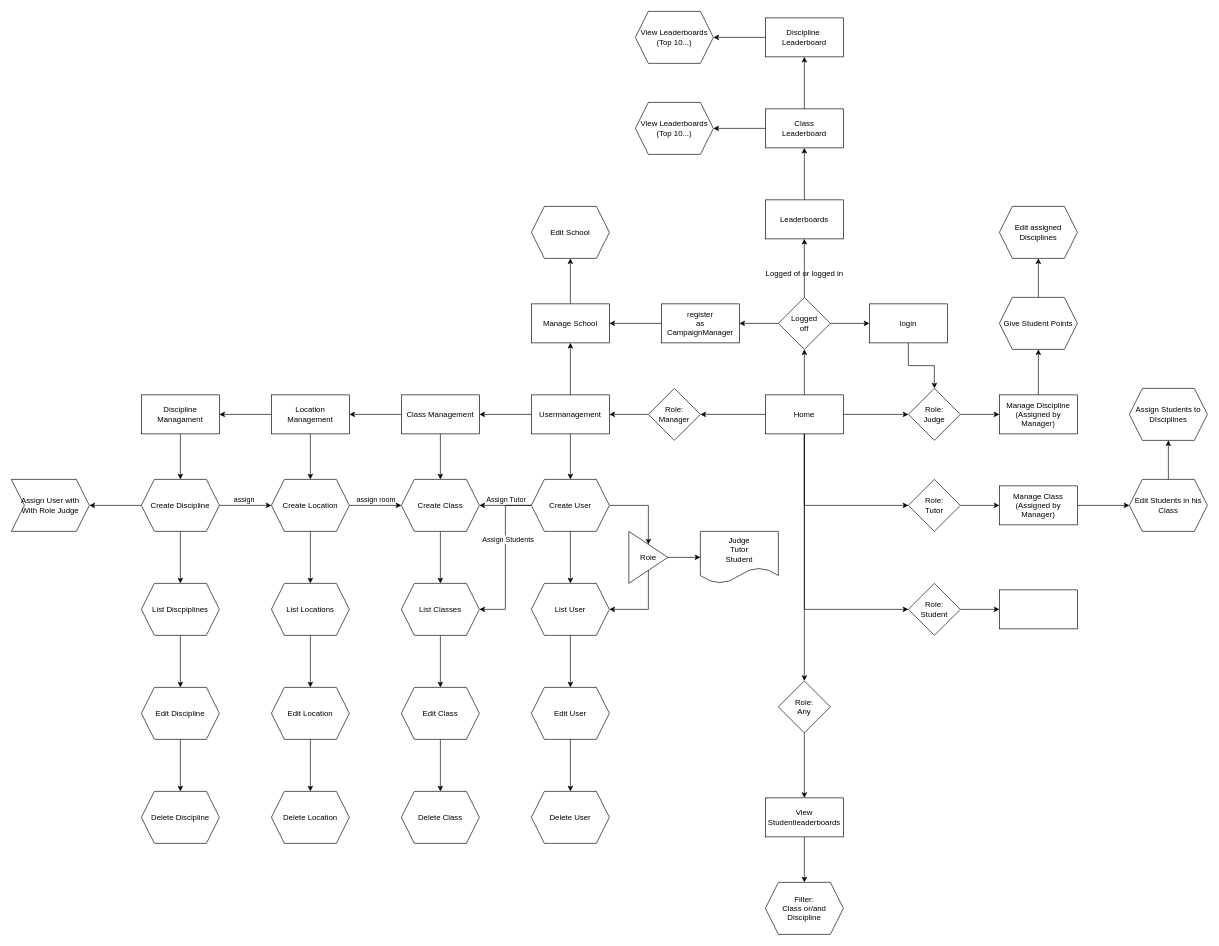
This is sf.client/view.stucture.drawio from kami-tsuki/sports-fest-dotang, a draw.io file, before an edit. Source tidied: cells renumbered, new cells numbered last; positions are measured from the earlier drawing's top-left corner, leaving out a move shared by most shapes. Both pictures are drawn from the tidied source at 65%, with x=0, y=0 at pixel (11, 11).
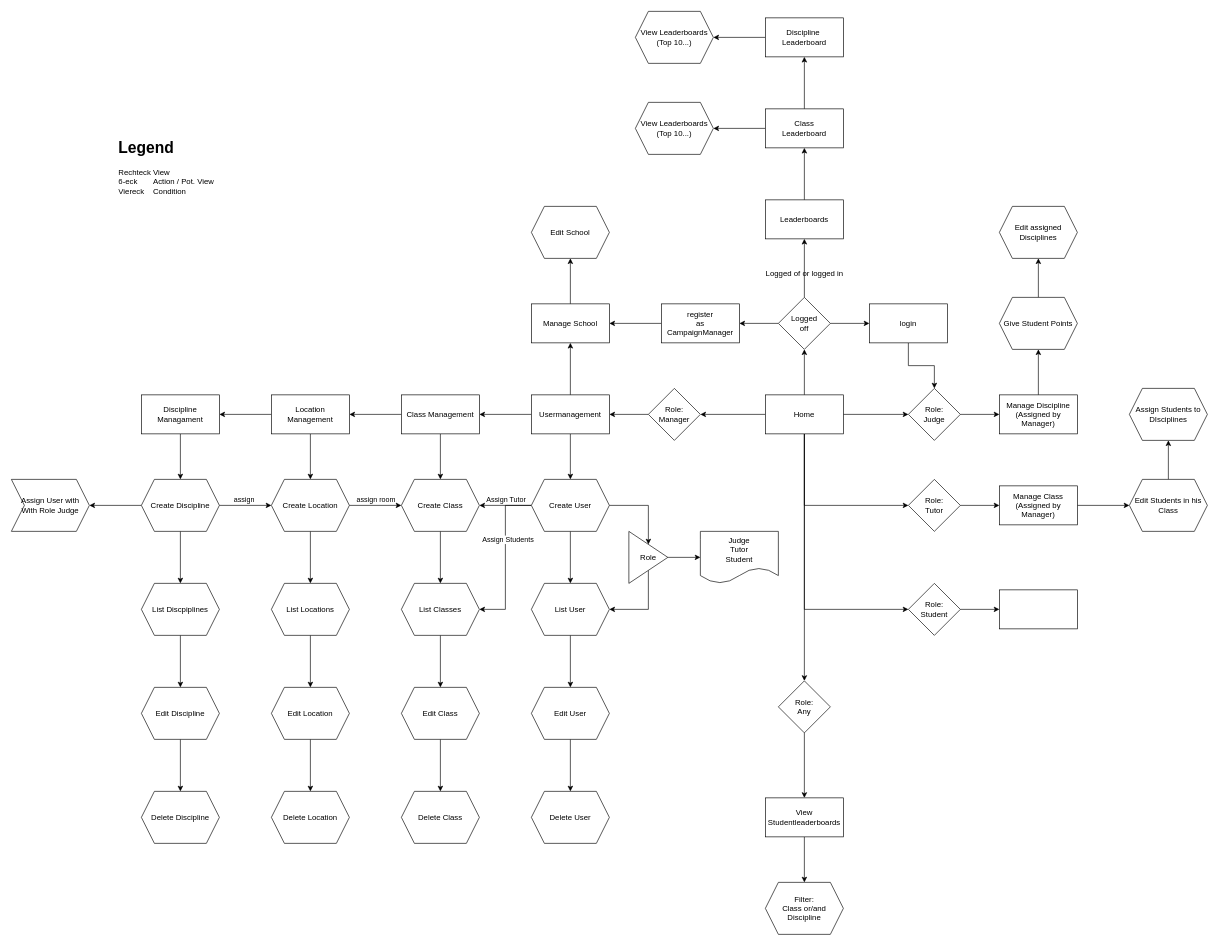
After the change.

Change to the diagram source:
```diff
@@
+    <mxCell id="109" value="&lt;h1&gt;Legend&lt;/h1&gt;&lt;div&gt;Rechteck&lt;span style=&quot;white-space: pre;&quot;&gt;&#9;&lt;/span&gt;View&lt;/div&gt;&lt;div&gt;6-eck&lt;span style=&quot;white-space: pre;&quot;&gt;&#9;&lt;/span&gt;Action / Pot. View&lt;/div&gt;&lt;div&gt;Viereck&lt;span style=&quot;white-space: pre;&quot;&gt;&#9;&lt;/span&gt;Condition&lt;/div&gt;" style="text;html=1;strokeColor=none;fillColor=none;spacing=5;spacingTop=-20;whiteSpace=wrap;overflow=hidden;rounded=0;" parent="1" vertex="1">
+      <mxGeometry x="160" y="190" width="190" height="120" as="geometry" />
+    </mxCell>
```
